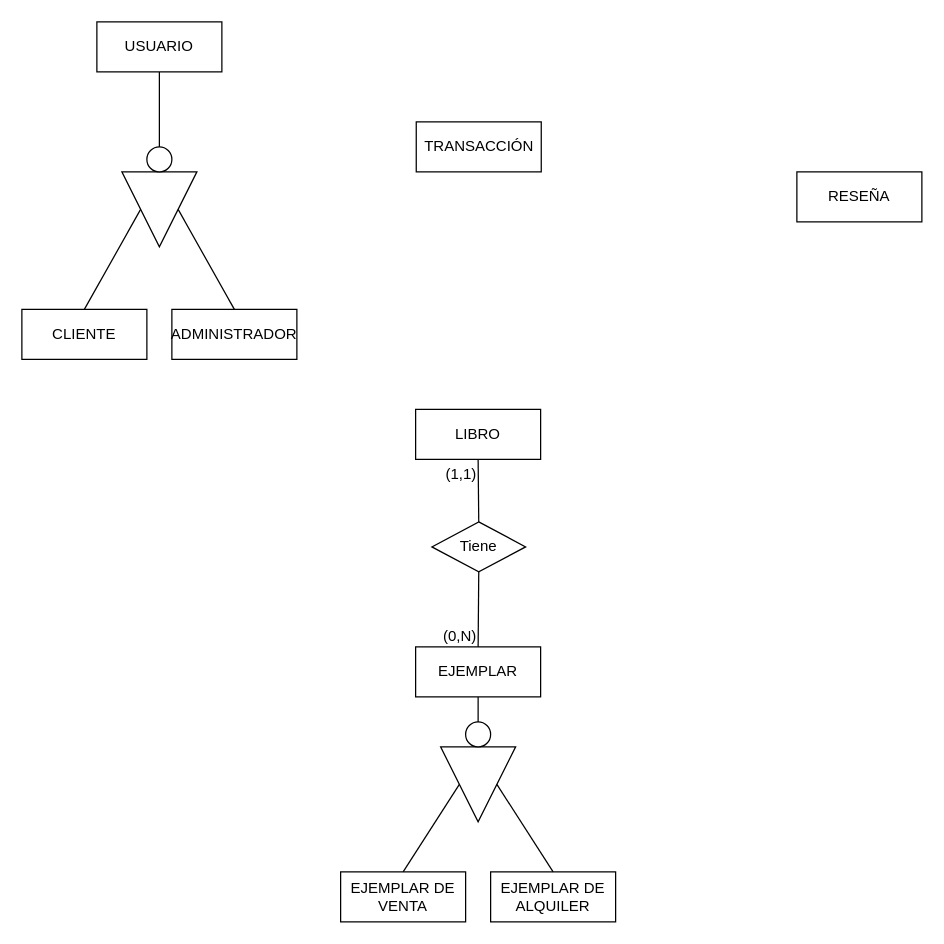
Earlier version of the draw.io diagram Diagrama sin título.drawio (ImAlex28/draw.io). Source tidied: cells renumbered, new cells numbered last; positions are measured from the earlier drawing's top-left corner, leaving out a move shared by most shapes. Both pictures are drawn from the tidied source at 125%, with x=0, y=0 at pixel (21, 21).
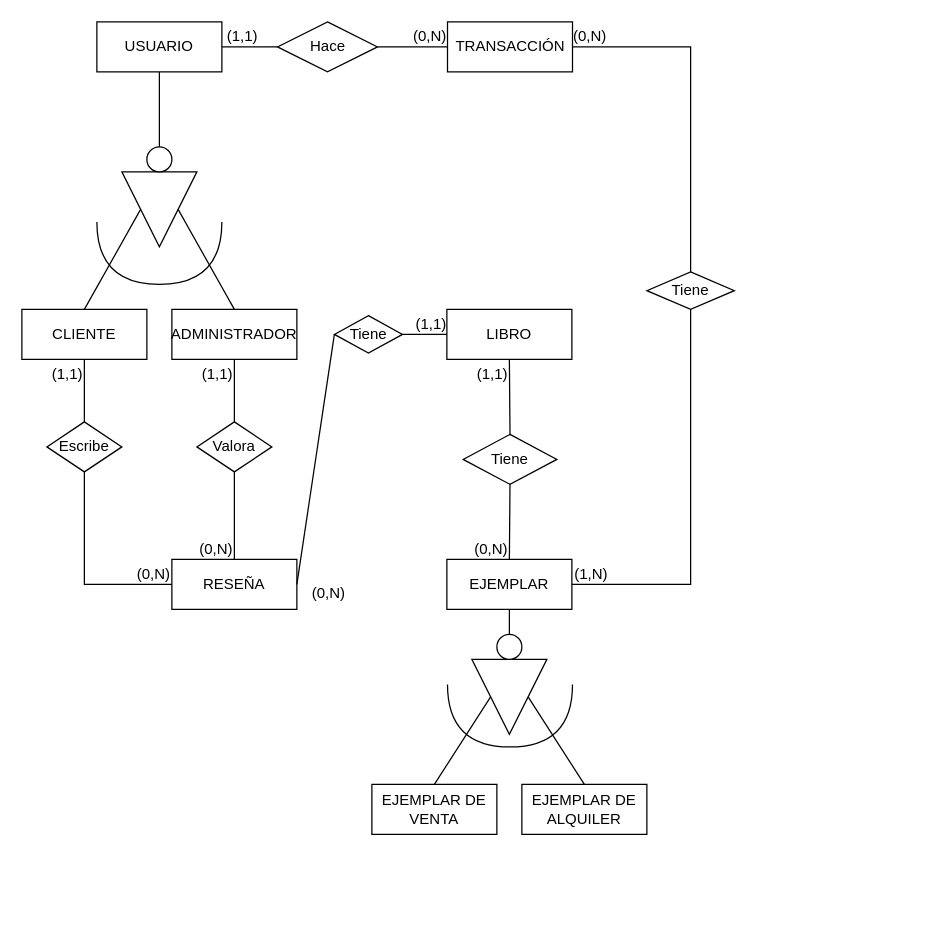
The same diagram, later.

Unchanged cells that the change refers to:
```xml
<mxCell id="7" value="USUARIO" style="whiteSpace=wrap;html=1;align=center;" parent="1" vertex="1">
  <mxGeometry x="60" width="100" height="40" as="geometry" />
</mxCell>
<mxCell id="8" value="CLIENTE" style="whiteSpace=wrap;html=1;align=center;" parent="1" vertex="1">
  <mxGeometry y="230" width="100" height="40" as="geometry" />
</mxCell>
<mxCell id="9" value="ADMINISTRADOR" style="whiteSpace=wrap;html=1;align=center;" parent="1" vertex="1">
  <mxGeometry x="120" y="230" width="100" height="40" as="geometry" />
</mxCell>
```

Diff of the diagram source:
```diff
@@
     <mxCell id="2" value="LIBRO" style="whiteSpace=wrap;html=1;align=center;" parent="1" vertex="1">
-      <mxGeometry x="315" y="310" width="100" height="40" as="geometry" />
+      <mxGeometry x="340" y="230" width="100" height="40" as="geometry" />
     </mxCell>
     <mxCell id="3" value="EJEMPLAR" style="whiteSpace=wrap;html=1;align=center;" parent="1" vertex="1">
-      <mxGeometry x="315" y="500" width="100" height="40" as="geometry" />
+      <mxGeometry x="340" y="430" width="100" height="40" as="geometry" />
     </mxCell>
     <mxCell id="4" value="EJEMPLAR DE VENTA" style="whiteSpace=wrap;html=1;align=center;" parent="1" vertex="1">
-      <mxGeometry x="255" y="680" width="100" height="40" as="geometry" />
+      <mxGeometry x="280" y="610" width="100" height="40" as="geometry" />
     </mxCell>
     <mxCell id="5" value="EJEMPLAR DE ALQUILER" style="whiteSpace=wrap;html=1;align=center;" parent="1" vertex="1">
-      <mxGeometry x="375" y="680" width="100" height="40" as="geometry" />
+      <mxGeometry x="400" y="610" width="100" height="40" as="geometry" />
     </mxCell>
     <mxCell id="6" value="RESEÑA" style="whiteSpace=wrap;html=1;align=center;" parent="1" vertex="1">
-      <mxGeometry x="620" y="120" width="100" height="40" as="geometry" />
+      <mxGeometry x="120" y="430" width="100" height="40" as="geometry" />
     </mxCell>
@@
     <mxCell id="15" style="triangle;whiteSpace=wrap;html=1;rotation=90;" parent="1" vertex="1">
-      <mxGeometry x="335" y="580" width="60" height="60" as="geometry" />
+      <mxGeometry x="360" y="510" width="60" height="60" as="geometry" />
     </mxCell>
     <mxCell id="16" style="ellipse;whiteSpace=wrap;html=1;" parent="1" vertex="1">
-      <mxGeometry x="355" y="560" width="20" height="20" as="geometry" />
+      <mxGeometry x="380" y="490" width="20" height="20" as="geometry" />
     </mxCell>
@@
     <mxCell id="20" value="Tiene" style="shape=rhombus;perimeter=rhombusPerimeter;whiteSpace=wrap;html=1;align=center;" parent="1" vertex="1">
-      <mxGeometry x="328" y="400" width="75" height="40" as="geometry" />
+      <mxGeometry x="353" y="330" width="75" height="40" as="geometry" />
     </mxCell>
@@
     <mxCell id="25" value="TRANSACCIÓN" style="whiteSpace=wrap;html=1;align=center;" parent="1" vertex="1">
-      <mxGeometry x="315.5" y="80" width="100" height="40" as="geometry" />
+      <mxGeometry x="340.5" width="100" height="40" as="geometry" />
     </mxCell>
+    <mxCell id="26" value="Hace" style="shape=rhombus;perimeter=rhombusPerimeter;whiteSpace=wrap;html=1;align=center;" parent="1" vertex="1">
+      <mxGeometry x="204.5" width="80" height="40" as="geometry" />
+    </mxCell>
+    <mxCell id="27" style="endArrow=none;html=1;rounded=0;" parent="1" edge="1" source="26" target="7">
+      <mxGeometry relative="1" as="geometry" />
+    </mxCell>
+    <mxCell id="28" value="(1,1)" style="html=1;whiteSpace=wrap;align=right;verticalAlign=bottom;" parent="27" vertex="1">
+      <mxGeometry x="1" relative="1" as="geometry">
+        <mxPoint x="30" as="offset" />
+      </mxGeometry>
+    </mxCell>
+    <mxCell id="29" style="endArrow=none;html=1;rounded=0;entryX=0;entryY=0.5;entryDx=0;entryDy=0;exitX=1;exitY=0.5;exitDx=0;exitDy=0;" parent="1" edge="1" source="26" target="25">
+      <mxGeometry relative="1" as="geometry" />
+    </mxCell>
+    <mxCell id="30" value="(0,N)" style="html=1;whiteSpace=wrap;align=right;verticalAlign=bottom;" parent="29" vertex="1">
+      <mxGeometry x="1" relative="1" as="geometry" />
+    </mxCell>
+    <mxCell id="31" style="endArrow=none;html=1;rounded=0;edgeStyle=orthogonalEdgeStyle;curved=1;" parent="1" edge="1">
+      <mxGeometry relative="1" as="geometry">
+        <mxPoint x="60" y="160" as="sourcePoint" />
+        <mxPoint x="160" y="160" as="targetPoint" />
+        <Array as="points">
+          <mxPoint x="60" y="210" />
+          <mxPoint x="160" y="210" />
+        </Array>
+      </mxGeometry>
+    </mxCell>
+    <mxCell id="32" value="Escribe" style="shape=rhombus;perimeter=rhombusPerimeter;whiteSpace=wrap;html=1;align=center;" parent="1" vertex="1">
+      <mxGeometry x="20" y="320" width="60" height="40" as="geometry" />
+    </mxCell>
+    <mxCell id="33" value="Valora" style="shape=rhombus;perimeter=rhombusPerimeter;whiteSpace=wrap;html=1;align=center;" parent="1" vertex="1">
+      <mxGeometry x="140" y="320" width="60" height="40" as="geometry" />
+    </mxCell>
+    <mxCell id="34" style="endArrow=none;html=1;rounded=0;exitX=0.5;exitY=0;exitDx=0;exitDy=0;entryX=0.5;entryY=1;entryDx=0;entryDy=0;" parent="1" edge="1" source="32" target="8">
+      <mxGeometry relative="1" as="geometry" />
+    </mxCell>
+    <mxCell id="35" value="(1,1)" style="html=1;whiteSpace=wrap;align=right;verticalAlign=bottom;" parent="34" vertex="1">
+      <mxGeometry x="1" relative="1" as="geometry">
+        <mxPoint y="20" as="offset" />
+      </mxGeometry>
+    </mxCell>
+    <mxCell id="36" style="endArrow=none;html=1;rounded=0;exitX=0.5;exitY=1;exitDx=0;exitDy=0;entryX=0;entryY=0.5;entryDx=0;entryDy=0;" parent="1" edge="1" source="32" target="6">
+      <mxGeometry relative="1" as="geometry">
+        <Array as="points">
+          <mxPoint x="50" y="450" />
+        </Array>
+      </mxGeometry>
+    </mxCell>
+    <mxCell id="37" value="(0,N)" style="html=1;whiteSpace=wrap;align=right;verticalAlign=bottom;" parent="36" vertex="1">
+      <mxGeometry x="1" relative="1" as="geometry" />
+    </mxCell>
+    <mxCell id="38" style="endArrow=none;html=1;rounded=0;entryX=0.5;entryY=0;entryDx=0;entryDy=0;exitX=0.5;exitY=1;exitDx=0;exitDy=0;" parent="1" edge="1" source="33" target="6">
+      <mxGeometry relative="1" as="geometry" />
+    </mxCell>
+    <mxCell id="39" value="(0,N)" style="html=1;whiteSpace=wrap;align=right;verticalAlign=bottom;" parent="38" vertex="1">
+      <mxGeometry x="1" relative="1" as="geometry" />
+    </mxCell>
+    <mxCell id="40" style="endArrow=none;html=1;rounded=0;entryX=0.5;entryY=1;entryDx=0;entryDy=0;exitX=0.5;exitY=0;exitDx=0;exitDy=0;" parent="1" edge="1" source="33" target="9">
+      <mxGeometry relative="1" as="geometry" />
+    </mxCell>
+    <mxCell id="41" value="(1,1)" style="html=1;whiteSpace=wrap;align=right;verticalAlign=bottom;" parent="40" vertex="1">
+      <mxGeometry x="1" relative="1" as="geometry">
+        <mxPoint y="20" as="offset" />
+      </mxGeometry>
+    </mxCell>
+    <mxCell id="42" value="Tiene" style="shape=rhombus;perimeter=rhombusPerimeter;whiteSpace=wrap;html=1;align=center;" parent="1" vertex="1">
+      <mxGeometry x="250" y="235" width="54.5" height="30" as="geometry" />
+    </mxCell>
+    <mxCell id="43" style="endArrow=none;html=1;rounded=0;exitX=0;exitY=0.5;exitDx=0;exitDy=0;entryX=1;entryY=0.5;entryDx=0;entryDy=0;" parent="1" edge="1" source="42" target="6">
+      <mxGeometry relative="1" as="geometry" />
+    </mxCell>
+    <mxCell id="44" value="(0,N)&lt;div&gt;&lt;br&gt;&lt;/div&gt;" style="html=1;whiteSpace=wrap;align=right;verticalAlign=bottom;" parent="43" vertex="1">
+      <mxGeometry x="1" relative="1" as="geometry">
+        <mxPoint x="40" y="30" as="offset" />
+      </mxGeometry>
+    </mxCell>
+    <mxCell id="45" style="endArrow=none;html=1;rounded=0;entryX=0;entryY=0.5;entryDx=0;entryDy=0;exitX=1;exitY=0.5;exitDx=0;exitDy=0;" parent="1" edge="1" source="42" target="2">
+      <mxGeometry relative="1" as="geometry" />
+    </mxCell>
+    <mxCell id="46" value="(1,1)" style="html=1;whiteSpace=wrap;align=right;verticalAlign=bottom;" parent="45" vertex="1">
+      <mxGeometry x="1" relative="1" as="geometry" />
+    </mxCell>
+    <mxCell id="47" value="Tiene" style="shape=rhombus;perimeter=rhombusPerimeter;whiteSpace=wrap;html=1;align=center;" parent="1" vertex="1">
+      <mxGeometry x="500" y="200" width="70" height="30" as="geometry" />
+    </mxCell>
+    <mxCell id="48" style="endArrow=none;html=1;rounded=0;exitX=0.5;exitY=0;exitDx=0;exitDy=0;entryX=1;entryY=0.5;entryDx=0;entryDy=0;" parent="1" edge="1" source="47" target="25">
+      <mxGeometry relative="1" as="geometry">
+        <Array as="points">
+          <mxPoint x="535" y="20" />
+        </Array>
+      </mxGeometry>
+    </mxCell>
+    <mxCell id="49" value="(0,N)" style="html=1;whiteSpace=wrap;align=right;verticalAlign=bottom;" parent="48" vertex="1">
+      <mxGeometry x="1" relative="1" as="geometry">
+        <mxPoint x="29" as="offset" />
+      </mxGeometry>
+    </mxCell>
+    <mxCell id="50" style="endArrow=none;html=1;rounded=0;entryX=1;entryY=0.5;entryDx=0;entryDy=0;exitX=0.5;exitY=1;exitDx=0;exitDy=0;" parent="1" edge="1" source="47" target="3">
+      <mxGeometry relative="1" as="geometry">
+        <Array as="points">
+          <mxPoint x="535" y="450" />
+        </Array>
+      </mxGeometry>
+    </mxCell>
+    <mxCell id="51" value="(1,N)" style="html=1;whiteSpace=wrap;align=right;verticalAlign=bottom;" parent="50" vertex="1">
+      <mxGeometry x="1" relative="1" as="geometry">
+        <mxPoint x="30" as="offset" />
+      </mxGeometry>
+    </mxCell>
+    <mxCell id="52" style="endArrow=none;html=1;rounded=0;edgeStyle=orthogonalEdgeStyle;curved=1;" parent="1" edge="1">
+      <mxGeometry relative="1" as="geometry">
+        <mxPoint x="340.5" y="530" as="sourcePoint" />
+        <mxPoint x="440.5" y="530" as="targetPoint" />
+        <Array as="points">
+          <mxPoint x="340.5" y="580" />
+          <mxPoint x="440.5" y="580" />
+        </Array>
+      </mxGeometry>
+    </mxCell>
```
